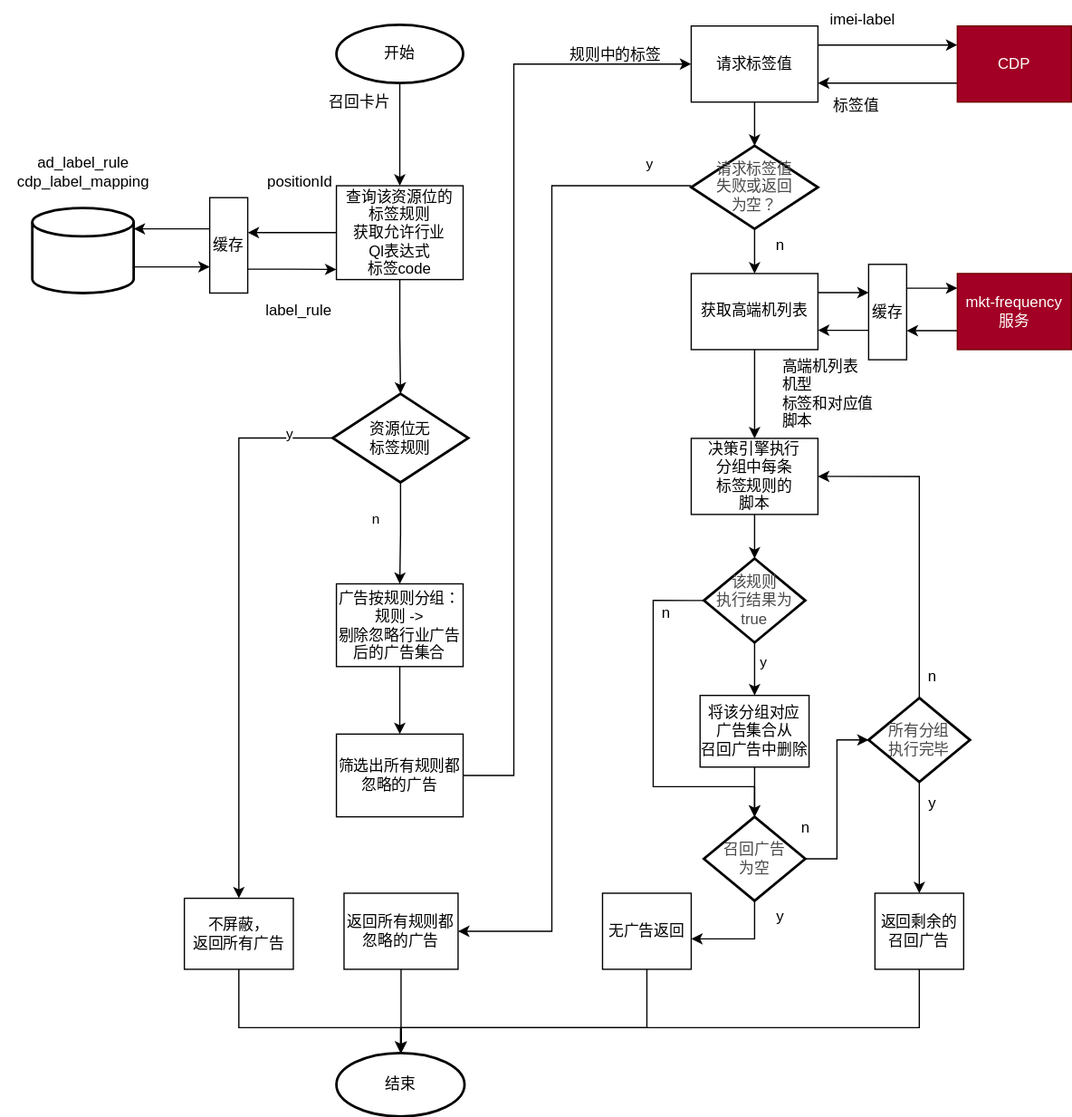
Earlier version of the draw.io export 卡片标签频控.svg (WorryFreeCafe/diagram). Source tidied: cells renumbered, new cells last; positions are measured from the earlier drawing's top-left corner, leaving out a move shared by most shapes.
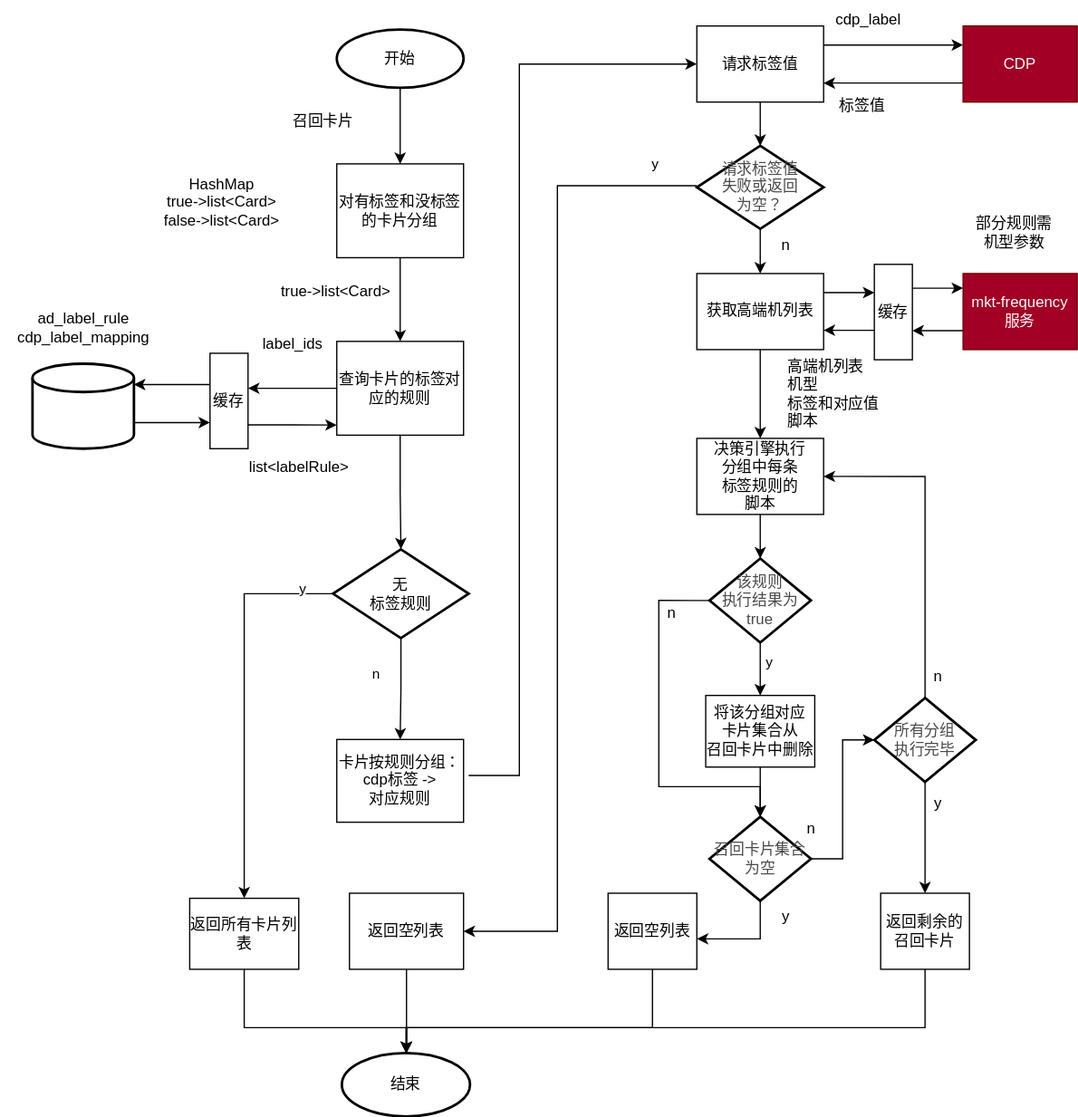
Later version of the same file.

Commit message:
更新卡片标签频控.svg

Diff of the diagram source:
```diff
@@ -10,37 +10,34 @@
         <mxPoint x="-19" as="offset" />
       </mxGeometry>
     </mxCell>
-    <mxCell id="4" value="查询该资源位的&lt;br&gt;标签规则&lt;br&gt;获取允许行业&lt;br&gt;Ql表达式&lt;br&gt;标签code" style="rounded=0;whiteSpace=wrap;html=1;" parent="1" vertex="1">
-      <mxGeometry x="265" y="146" width="100" height="74" as="geometry" />
+    <mxCell id="4" value="查询卡片的标签对应的规则" style="rounded=0;whiteSpace=wrap;html=1;" parent="1" vertex="1">
+      <mxGeometry x="261" y="268.8" width="100" height="74" as="geometry" />
     </mxCell>
-    <mxCell id="5" style="edgeStyle=orthogonalEdgeStyle;rounded=0;jettySize=auto;html=1;" parent="1" edge="1" source="6" target="4">
+    <mxCell id="5" style="edgeStyle=orthogonalEdgeStyle;rounded=0;jettySize=auto;html=1;" parent="1" edge="1" source="76" target="4">
       <mxGeometry relative="1" as="geometry" />
     </mxCell>
     <mxCell id="6" value="开始" style="strokeWidth=2;html=1;shape=mxgraph.flowchart.start_1;whiteSpace=wrap;" parent="1" vertex="1">
-      <mxGeometry x="265" y="19" width="100" height="46" as="geometry" />
+      <mxGeometry x="261" y="22.8" width="100" height="46" as="geometry" />
     </mxCell>
     <mxCell id="7" style="edgeStyle=orthogonalEdgeStyle;rounded=0;jettySize=auto;html=1;" parent="1" edge="1" source="8" target="48">
       <mxGeometry relative="1" as="geometry">
         <Array as="points">
-          <mxPoint x="125" y="210" />
-          <mxPoint x="125" y="210" />
+          <mxPoint x="121" y="332.8" />
+          <mxPoint x="121" y="332.8" />
         </Array>
       </mxGeometry>
     </mxCell>
     <mxCell id="8" style="strokeWidth=2;html=1;shape=mxgraph.flowchart.database;whiteSpace=wrap;" parent="1" vertex="1">
-      <mxGeometry x="25" y="163.6" width="80" height="67" as="geometry" />
+      <mxGeometry x="21" y="286.4" width="80" height="67" as="geometry" />
     </mxCell>
-    <mxCell id="9" style="edgeStyle=orthogonalEdgeStyle;rounded=0;jettySize=auto;html=1;" parent="1" edge="1" source="10" target="72">
-      <mxGeometry relative="1" as="geometry" />
-    </mxCell>
-    <mxCell id="10" value="广告按规则分组：&lt;br&gt;规则 -&amp;gt;&lt;br&gt;剔除忽略行业广告后的广告集合" style="rounded=0;whiteSpace=wrap;html=1;" parent="1" vertex="1">
-      <mxGeometry x="265" y="460" width="100" height="65.2" as="geometry" />
+    <mxCell id="10" value="卡片按规则分组：&lt;br&gt;cdp标签 -&amp;gt;&lt;br&gt;对应规则" style="rounded=0;whiteSpace=wrap;html=1;" parent="1" vertex="1">
+      <mxGeometry x="261" y="582.8" width="100" height="65.2" as="geometry" />
     </mxCell>
-    <mxCell id="11" value="positionId" style="text;html=1;align=center;verticalAlign=middle;strokeColor=none;fillColor=none;" parent="1" vertex="1">
-      <mxGeometry x="201" y="128" width="70" height="30" as="geometry" />
+    <mxCell id="11" value="label_ids" style="text;html=1;align=center;verticalAlign=middle;strokeColor=none;fillColor=none;" parent="1" vertex="1">
+      <mxGeometry x="191" y="256.4" width="70" height="30" as="geometry" />
     </mxCell>
-    <mxCell id="12" value="&lt;div&gt;label_rule&lt;br&gt;&lt;/div&gt;" style="text;html=1;align=center;verticalAlign=middle;strokeColor=none;fillColor=none;" parent="1" vertex="1">
-      <mxGeometry x="195" y="230.2" width="80" height="30" as="geometry" />
+    <mxCell id="12" value="&lt;div&gt;list&amp;lt;&lt;span style=&quot;background-color: initial;&quot;&gt;labelRule&lt;/span&gt;&lt;span style=&quot;background-color: initial;&quot;&gt;&amp;gt;&lt;/span&gt;&lt;/div&gt;" style="text;html=1;align=center;verticalAlign=middle;strokeColor=none;fillColor=none;" parent="1" vertex="1">
+      <mxGeometry x="181" y="353" width="100" height="30" as="geometry" />
     </mxCell>
     <mxCell id="13" style="edgeStyle=orthogonalEdgeStyle;rounded=0;jettySize=auto;html=1;exitX=1;exitY=0.25;exitDx=0;exitDy=0;entryX=0;entryY=0.25;entryDx=0;entryDy=0;" parent="1" edge="1" source="14" target="22">
       <mxGeometry relative="1" as="geometry" />
@@ -79,7 +76,7 @@
     <mxCell id="22" value="CDP" style="rounded=0;whiteSpace=wrap;html=1;fillColor=#a20025;fontColor=#ffffff;strokeColor=#6F0000;" parent="1" vertex="1">
       <mxGeometry x="755" y="20" width="90" height="60" as="geometry" />
     </mxCell>
-    <mxCell id="23" value="imei-label" style="text;html=1;align=center;verticalAlign=middle;strokeColor=none;fillColor=none;" parent="1" vertex="1">
+    <mxCell id="23" value="cdp_label" style="text;html=1;align=center;verticalAlign=middle;strokeColor=none;fillColor=none;" parent="1" vertex="1">
       <mxGeometry x="645" width="70" height="30" as="geometry" />
     </mxCell>
     <mxCell id="24" value="标签值" style="text;html=1;align=center;verticalAlign=middle;strokeColor=none;fillColor=none;" parent="1" vertex="1">
@@ -131,7 +128,7 @@
     <mxCell id="36" style="edgeStyle=orthogonalEdgeStyle;rounded=0;jettySize=auto;html=1;" parent="1" edge="1" source="37" target="52">
       <mxGeometry relative="1" as="geometry" />
     </mxCell>
-    <mxCell id="37" value="将该分组对应&lt;br&gt;广告集合从&lt;br&gt;召回广告中删除" style="rounded=0;whiteSpace=wrap;html=1;" parent="1" vertex="1">
+    <mxCell id="37" value="将该分组对应&lt;br&gt;卡片集合从&lt;br&gt;召回卡片中删除" style="rounded=0;whiteSpace=wrap;html=1;" parent="1" vertex="1">
       <mxGeometry x="552" y="548" width="86" height="56.5" as="geometry" />
     </mxCell>
     <mxCell id="38" style="edgeStyle=orthogonalEdgeStyle;rounded=0;jettySize=auto;html=1;entryX=0.5;entryY=0;entryDx=0;entryDy=0;entryPerimeter=0;" parent="1" edge="1" source="31" target="35">
@@ -145,22 +142,23 @@
         </Array>
       </mxGeometry>
     </mxCell>
-    <mxCell id="40" value="不屏蔽，&lt;br&gt;&lt;span style=&quot;background-color: initial;&quot;&gt;返回&lt;/span&gt;所有广告" style="rounded=0;whiteSpace=wrap;html=1;" parent="1" vertex="1">
+    <mxCell id="40" value="&lt;span style=&quot;background-color: initial;&quot;&gt;返回&lt;/span&gt;所有卡片列表" style="rounded=0;whiteSpace=wrap;html=1;" parent="1" vertex="1">
       <mxGeometry x="145" y="708" width="86" height="56" as="geometry" />
     </mxCell>
-    <mxCell id="41" style="edgeStyle=orthogonalEdgeStyle;rounded=0;jettySize=auto;html=1;exitX=1;exitY=0.5;exitDx=0;exitDy=0;" parent="1" edge="1" source="72" target="14">
+    <mxCell id="41" style="edgeStyle=orthogonalEdgeStyle;rounded=0;jettySize=auto;html=1;exitX=1;exitY=0.5;exitDx=0;exitDy=0;" parent="1" edge="1" target="14">
       <mxGeometry relative="1" as="geometry">
+        <mxPoint x="365" y="611.1" as="sourcePoint" />
         <Array as="points">
           <mxPoint x="405" y="611" />
           <mxPoint x="405" y="50" />
         </Array>
       </mxGeometry>
     </mxCell>
-    <mxCell id="42" value="返回所有规则都&lt;br&gt;忽略的广告" style="whiteSpace=wrap;html=1;" parent="1" vertex="1">
+    <mxCell id="42" value="返回空列表" style="whiteSpace=wrap;html=1;" parent="1" vertex="1">
       <mxGeometry x="271" y="704" width="90" height="60" as="geometry" />
     </mxCell>
     <mxCell id="43" value="&lt;span style=&quot;white-space: normal;&quot;&gt;ad_label_rule&lt;/span&gt;&lt;br style=&quot;white-space: normal;&quot;&gt;&lt;span style=&quot;white-space: normal;&quot;&gt;cdp_label_mapping&lt;/span&gt;" style="text;html=1;align=center;verticalAlign=middle;strokeColor=none;fillColor=none;" parent="1" vertex="1">
-      <mxGeometry y="115.4" width="130" height="40" as="geometry" />
+      <mxGeometry x="-4" y="238.1" width="130" height="40" as="geometry" />
     </mxCell>
     <mxCell id="44" style="edgeStyle=orthogonalEdgeStyle;rounded=0;jettySize=auto;html=1;" parent="1" edge="1" source="46" target="40">
       <mxGeometry relative="1" as="geometry" />
@@ -168,8 +166,8 @@
     <mxCell id="45" value="y" style="edgeLabel;html=1;align=center;verticalAlign=middle;" parent="44" vertex="1">
       <mxGeometry x="-0.84" y="-4" relative="1" as="geometry" />
     </mxCell>
-    <mxCell id="46" value="&lt;div&gt;&lt;span style=&quot;background-color: initial; white-space: nowrap;&quot;&gt;资源位无&lt;br&gt;标签规则&lt;/span&gt;&lt;/div&gt;" style="strokeWidth=2;html=1;shape=mxgraph.flowchart.decision;whiteSpace=wrap;" parent="1" vertex="1">
-      <mxGeometry x="262.1" y="310" width="107" height="70" as="geometry" />
+    <mxCell id="46" value="&lt;div&gt;&lt;span style=&quot;background-color: initial; white-space: nowrap;&quot;&gt;无&lt;br&gt;标签规则&lt;/span&gt;&lt;/div&gt;" style="strokeWidth=2;html=1;shape=mxgraph.flowchart.decision;whiteSpace=wrap;" parent="1" vertex="1">
+      <mxGeometry x="258.1" y="432.8" width="107" height="70" as="geometry" />
     </mxCell>
     <mxCell id="47" style="edgeStyle=orthogonalEdgeStyle;rounded=0;jettySize=auto;html=1;" parent="1" edge="1" source="42" target="15">
       <mxGeometry relative="1" as="geometry">
@@ -179,20 +177,20 @@
       </mxGeometry>
     </mxCell>
     <mxCell id="48" value="缓存" style="rounded=0;whiteSpace=wrap;html=1;" parent="1" vertex="1">
-      <mxGeometry x="165" y="155.4" width="30" height="75.2" as="geometry" />
+      <mxGeometry x="161" y="278.1" width="30" height="75.2" as="geometry" />
     </mxCell>
     <mxCell id="49" style="rounded=0;jettySize=auto;html=1;" parent="1" edge="1" source="4">
       <mxGeometry relative="1" as="geometry">
-        <mxPoint x="195" y="183" as="targetPoint" />
+        <mxPoint x="191" y="305.8" as="targetPoint" />
       </mxGeometry>
     </mxCell>
     <mxCell id="50" value="n" style="text;html=1;align=center;verticalAlign=middle;strokeColor=none;fillColor=none;" parent="1" vertex="1">
       <mxGeometry x="600" y="178" width="30" height="30" as="geometry" />
     </mxCell>
     <mxCell id="51" value="召回卡片" style="text;html=1;align=center;verticalAlign=middle;strokeColor=none;fillColor=none;" parent="1" vertex="1">
-      <mxGeometry x="248" y="65" width="70" height="30" as="geometry" />
+      <mxGeometry x="215" y="80" width="70" height="30" as="geometry" />
     </mxCell>
-    <mxCell id="52" value="&lt;font color=&quot;#494949&quot;&gt;召回广告&lt;br&gt;为空&lt;/font&gt;" style="strokeWidth=2;html=1;shape=mxgraph.flowchart.decision;whiteSpace=wrap;" parent="1" vertex="1">
+    <mxCell id="52" value="&lt;font color=&quot;#494949&quot;&gt;召回卡片集合&lt;br&gt;为空&lt;/font&gt;" style="strokeWidth=2;html=1;shape=mxgraph.flowchart.decision;whiteSpace=wrap;" parent="1" vertex="1">
       <mxGeometry x="555" y="643.8" width="80" height="66.2" as="geometry" />
     </mxCell>
     <mxCell id="53" style="edgeStyle=orthogonalEdgeStyle;rounded=0;jettySize=auto;html=1;exitX=0.5;exitY=0;exitDx=0;exitDy=0;exitPerimeter=0;entryX=1;entryY=0.5;entryDx=0;entryDy=0;" parent="1" edge="1" source="55" target="31">
@@ -230,8 +228,8 @@
     <mxCell id="60" style="edgeStyle=orthogonalEdgeStyle;rounded=0;jettySize=auto;html=1;" parent="1" edge="1" source="48" target="8">
       <mxGeometry relative="1" as="geometry">
         <Array as="points">
-          <mxPoint x="125" y="180" />
-          <mxPoint x="125" y="180" />
+          <mxPoint x="121" y="302.8" />
+          <mxPoint x="121" y="302.8" />
         </Array>
       </mxGeometry>
     </mxCell>
@@ -265,7 +263,7 @@
     <mxCell id="65" style="edgeStyle=orthogonalEdgeStyle;rounded=0;jettySize=auto;html=1;" parent="1" edge="1" source="55" target="66">
       <mxGeometry relative="1" as="geometry" />
     </mxCell>
-    <mxCell id="66" value="返回剩余的召回广告" style="whiteSpace=wrap;html=1;" parent="1" vertex="1">
+    <mxCell id="66" value="返回剩余的召回卡片" style="whiteSpace=wrap;html=1;" parent="1" vertex="1">
       <mxGeometry x="690" y="704" width="70" height="60" as="geometry" />
     </mxCell>
     <mxCell id="67" value="y" style="text;html=1;align=center;verticalAlign=middle;strokeColor=none;fillColor=none;" parent="1" vertex="1">
@@ -280,13 +278,7 @@
     <mxCell id="70" value="n" style="text;html=1;align=center;verticalAlign=middle;strokeColor=none;fillColor=none;" parent="1" vertex="1">
       <mxGeometry x="620" y="638" width="30" height="30" as="geometry" />
     </mxCell>
-    <mxCell id="71" value="规则中的标签" style="text;html=1;align=center;verticalAlign=middle;strokeColor=none;fillColor=none;" parent="1" vertex="1">
-      <mxGeometry x="435" y="28" width="100" height="30" as="geometry" />
-    </mxCell>
-    <mxCell id="72" value="筛选出所有规则都&lt;br&gt;忽略的广告" style="rounded=0;whiteSpace=wrap;html=1;" parent="1" vertex="1">
-      <mxGeometry x="265" y="578.5" width="100" height="65.2" as="geometry" />
-    </mxCell>
-    <mxCell id="73" value="无广告返回" style="whiteSpace=wrap;html=1;" parent="1" vertex="1">
+    <mxCell id="73" value="返回空列表" style="whiteSpace=wrap;html=1;" parent="1" vertex="1">
       <mxGeometry x="475" y="704" width="70" height="60" as="geometry" />
     </mxCell>
     <mxCell id="74" style="edgeStyle=orthogonalEdgeStyle;rounded=0;jettySize=auto;html=1;entryX=0.5;entryY=0;entryDx=0;entryDy=0;entryPerimeter=0;" parent="1" edge="1" source="73" target="15">
@@ -297,5 +289,20 @@
         </Array>
       </mxGeometry>
     </mxCell>
+    <mxCell id="75" style="edgeStyle=orthogonalEdgeStyle;rounded=0;jettySize=auto;html=1;" parent="1" edge="1" source="6" target="76">
+      <mxGeometry relative="1" as="geometry" />
+    </mxCell>
+    <mxCell id="76" value="对有标签和没标签的卡片分组" style="rounded=0;whiteSpace=wrap;html=1;" parent="1" vertex="1">
+      <mxGeometry x="261" y="128.8" width="100" height="74" as="geometry" />
+    </mxCell>
+    <mxCell id="77" value="HashMap&lt;br&gt;true-&amp;gt;list&amp;lt;Card&amp;gt;&lt;br&gt;false-&amp;gt;list&amp;lt;Card&amp;gt;" style="text;html=1;align=center;verticalAlign=middle;strokeColor=none;fillColor=none;" parent="1" vertex="1">
+      <mxGeometry x="115" y="128.8" width="110" height="60" as="geometry" />
+    </mxCell>
+    <mxCell id="78" value="部分规则需&lt;br&gt;机型参数" style="text;html=1;align=center;verticalAlign=middle;strokeColor=none;fillColor=none;" parent="1" vertex="1">
+      <mxGeometry x="755" y="162.8" width="80" height="40" as="geometry" />
+    </mxCell>
+    <mxCell id="79" value="true-&amp;gt;list&amp;lt;Card&amp;gt;" style="text;html=1;align=center;verticalAlign=middle;strokeColor=none;fillColor=none;" parent="1" vertex="1">
+      <mxGeometry x="205" y="215.2" width="110" height="30" as="geometry" />
+    </mxCell>
   </root>
 </mxGraphModel>
```
